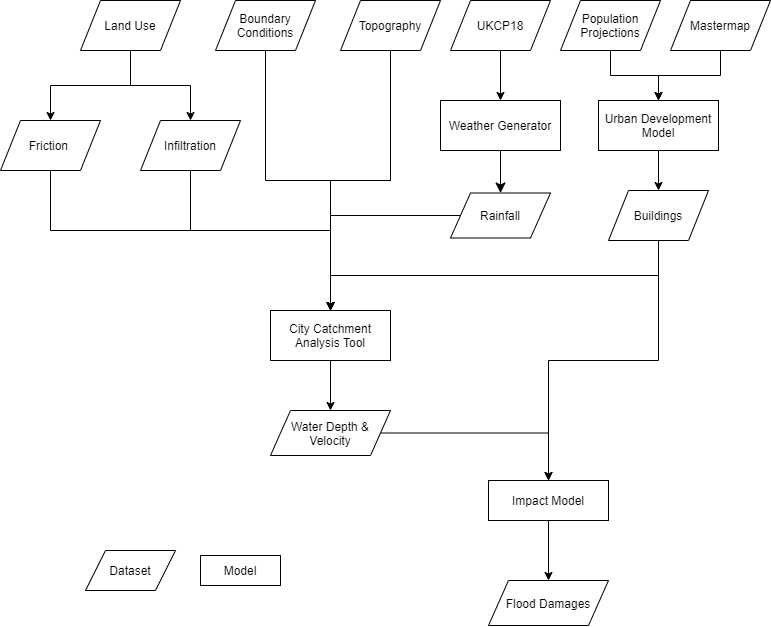
This is flood/openclim-flood-workflow.png from OpenCLIM/workflow-diagrams, a draw.io export, as it was before one commit. Source tidied: cells renumbered, new cells last; positions are measured from the earlier drawing's top-left corner, leaving out a move shared by most shapes.
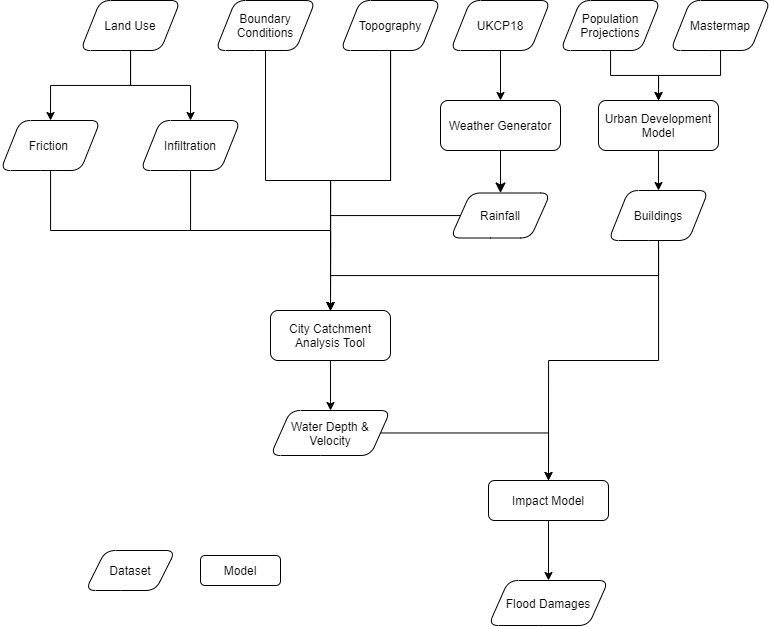
After the change.

Diff of the diagram source:
```diff
@@ -5,13 +5,13 @@
     <mxCell id="2" style="rounded=0;html=1;jettySize=auto;fontSize=11;endArrow=classic;endFill=1;endSize=8;strokeWidth=1;shadow=0;labelBackgroundColor=none;edgeStyle=orthogonalEdgeStyle;entryX=0.5;entryY=0;entryDx=0;entryDy=0;" parent="1" edge="1" source="3" target="27">
       <mxGeometry relative="1" as="geometry" />
     </mxCell>
-    <mxCell id="3" value="Weather Generator" style="rounded=0;whiteSpace=wrap;html=1;fontSize=12;glass=0;strokeWidth=1;shadow=0;" parent="1" vertex="1">
+    <mxCell id="3" value="Weather Generator" style="rounded=1;whiteSpace=wrap;html=1;fontSize=12;glass=0;strokeWidth=1;shadow=0;" parent="1" vertex="1">
       <mxGeometry x="440" y="100" width="120" height="50" as="geometry" />
     </mxCell>
     <mxCell id="4" style="edgeStyle=orthogonalEdgeStyle;rounded=0;jettySize=auto;html=1;" parent="1" edge="1" source="5" target="3">
       <mxGeometry relative="1" as="geometry" />
     </mxCell>
-    <mxCell id="5" value="UKCP18" style="shape=parallelogram;perimeter=parallelogramPerimeter;whiteSpace=wrap;html=1;fixedSize=1;rounded=0;" parent="1" vertex="1">
+    <mxCell id="5" value="UKCP18" style="shape=parallelogram;perimeter=parallelogramPerimeter;whiteSpace=wrap;html=1;fixedSize=1;rounded=1;" parent="1" vertex="1">
       <mxGeometry x="450" width="100" height="50" as="geometry" />
     </mxCell>
     <mxCell id="6" style="edgeStyle=orthogonalEdgeStyle;rounded=0;jettySize=auto;html=1;entryX=0.5;entryY=0;entryDx=0;entryDy=0;exitX=0.5;exitY=1;exitDx=0;exitDy=0;" parent="1" edge="1" source="15" target="25">
@@ -20,13 +20,13 @@
     <mxCell id="7" style="edgeStyle=orthogonalEdgeStyle;rounded=0;jettySize=auto;html=1;entryX=0.5;entryY=0;entryDx=0;entryDy=0;" parent="1" edge="1" source="8" target="10">
       <mxGeometry relative="1" as="geometry" />
     </mxCell>
-    <mxCell id="8" value="Population Projections" style="shape=parallelogram;perimeter=parallelogramPerimeter;whiteSpace=wrap;html=1;fixedSize=1;rounded=0;" parent="1" vertex="1">
+    <mxCell id="8" value="Population Projections" style="shape=parallelogram;perimeter=parallelogramPerimeter;whiteSpace=wrap;html=1;fixedSize=1;rounded=1;" parent="1" vertex="1">
       <mxGeometry x="560" width="100" height="50" as="geometry" />
     </mxCell>
     <mxCell id="9" style="edgeStyle=orthogonalEdgeStyle;rounded=0;jettySize=auto;html=1;exitX=0.5;exitY=1;exitDx=0;exitDy=0;entryX=0.5;entryY=0;entryDx=0;entryDy=0;" parent="1" edge="1" source="10" target="15">
       <mxGeometry relative="1" as="geometry" />
     </mxCell>
-    <mxCell id="10" value="Urban Development Model" style="rounded=0;whiteSpace=wrap;html=1;fontSize=12;glass=0;strokeWidth=1;shadow=0;" parent="1" vertex="1">
+    <mxCell id="10" value="Urban Development Model" style="rounded=1;whiteSpace=wrap;html=1;fontSize=12;glass=0;strokeWidth=1;shadow=0;" parent="1" vertex="1">
       <mxGeometry x="598" y="100" width="120" height="50" as="geometry" />
     </mxCell>
     <mxCell id="11" style="edgeStyle=orthogonalEdgeStyle;rounded=0;jettySize=auto;html=1;entryX=0.5;entryY=0;entryDx=0;entryDy=0;" parent="1" edge="1" source="32" target="25">
@@ -35,19 +35,19 @@
     <mxCell id="12" style="edgeStyle=orthogonalEdgeStyle;rounded=0;jettySize=auto;html=1;entryX=0.5;entryY=0;entryDx=0;entryDy=0;" parent="1" edge="1" source="13" target="25">
       <mxGeometry relative="1" as="geometry" />
     </mxCell>
-    <mxCell id="13" value="Boundary Conditions" style="shape=parallelogram;perimeter=parallelogramPerimeter;whiteSpace=wrap;html=1;fixedSize=1;rounded=0;" parent="1" vertex="1">
+    <mxCell id="13" value="Boundary Conditions" style="shape=parallelogram;perimeter=parallelogramPerimeter;whiteSpace=wrap;html=1;fixedSize=1;rounded=1;" parent="1" vertex="1">
       <mxGeometry x="215" width="100" height="50" as="geometry" />
     </mxCell>
     <mxCell id="14" style="edgeStyle=orthogonalEdgeStyle;rounded=0;jettySize=auto;html=1;entryX=0.5;entryY=0;entryDx=0;entryDy=0;" parent="1" edge="1" source="15" target="36">
       <mxGeometry relative="1" as="geometry" />
     </mxCell>
-    <mxCell id="15" value="Buildings" style="shape=parallelogram;perimeter=parallelogramPerimeter;whiteSpace=wrap;html=1;fixedSize=1;rounded=0;" parent="1" vertex="1">
+    <mxCell id="15" value="Buildings" style="shape=parallelogram;perimeter=parallelogramPerimeter;whiteSpace=wrap;html=1;fixedSize=1;rounded=1;" parent="1" vertex="1">
       <mxGeometry x="608" y="190" width="100" height="50" as="geometry" />
     </mxCell>
     <mxCell id="16" style="edgeStyle=orthogonalEdgeStyle;rounded=0;jettySize=auto;html=1;entryX=0.5;entryY=0;entryDx=0;entryDy=0;" parent="1" edge="1" source="17" target="10">
       <mxGeometry relative="1" as="geometry" />
     </mxCell>
-    <mxCell id="17" value="Mastermap" style="shape=parallelogram;perimeter=parallelogramPerimeter;whiteSpace=wrap;html=1;fixedSize=1;rounded=0;" parent="1" vertex="1">
+    <mxCell id="17" value="Mastermap" style="shape=parallelogram;perimeter=parallelogramPerimeter;whiteSpace=wrap;html=1;fixedSize=1;rounded=1;" parent="1" vertex="1">
       <mxGeometry x="670" width="100" height="50" as="geometry" />
     </mxCell>
     <mxCell id="18" style="edgeStyle=orthogonalEdgeStyle;rounded=0;jettySize=auto;html=1;entryX=0.5;entryY=0;entryDx=0;entryDy=0;" parent="1" edge="1" source="32" target="25">
@@ -61,7 +61,7 @@
         </Array>
       </mxGeometry>
     </mxCell>
-    <mxCell id="20" value="Friction&amp;nbsp;" style="shape=parallelogram;perimeter=parallelogramPerimeter;whiteSpace=wrap;html=1;fixedSize=1;rounded=0;" parent="1" vertex="1">
+    <mxCell id="20" value="Friction&amp;nbsp;" style="shape=parallelogram;perimeter=parallelogramPerimeter;whiteSpace=wrap;html=1;fixedSize=1;rounded=1;" parent="1" vertex="1">
       <mxGeometry y="120" width="100" height="50" as="geometry" />
     </mxCell>
     <mxCell id="21" style="edgeStyle=orthogonalEdgeStyle;rounded=0;jettySize=auto;html=1;entryX=0.5;entryY=0;entryDx=0;entryDy=0;" parent="1" edge="1" source="23" target="31">
@@ -70,25 +70,25 @@
     <mxCell id="22" style="edgeStyle=orthogonalEdgeStyle;rounded=0;jettySize=auto;html=1;entryX=0.5;entryY=0;entryDx=0;entryDy=0;" parent="1" edge="1" source="23" target="20">
       <mxGeometry relative="1" as="geometry" />
     </mxCell>
-    <mxCell id="23" value="Land Use" style="shape=parallelogram;perimeter=parallelogramPerimeter;whiteSpace=wrap;html=1;fixedSize=1;rounded=0;" parent="1" vertex="1">
+    <mxCell id="23" value="Land Use" style="shape=parallelogram;perimeter=parallelogramPerimeter;whiteSpace=wrap;html=1;fixedSize=1;rounded=1;" parent="1" vertex="1">
       <mxGeometry x="80" width="100" height="50" as="geometry" />
     </mxCell>
     <mxCell id="24" style="edgeStyle=orthogonalEdgeStyle;rounded=0;jettySize=auto;html=1;entryX=0.5;entryY=0;entryDx=0;entryDy=0;" parent="1" edge="1" source="25" target="34">
       <mxGeometry relative="1" as="geometry" />
     </mxCell>
-    <mxCell id="25" value="City Catchment Analysis Tool" style="rounded=0;whiteSpace=wrap;html=1;fontSize=12;glass=0;strokeWidth=1;shadow=0;" parent="1" vertex="1">
+    <mxCell id="25" value="City Catchment Analysis Tool" style="rounded=1;whiteSpace=wrap;html=1;fontSize=12;glass=0;strokeWidth=1;shadow=0;" parent="1" vertex="1">
       <mxGeometry x="270" y="310" width="120" height="50" as="geometry" />
     </mxCell>
     <mxCell id="26" style="edgeStyle=orthogonalEdgeStyle;rounded=0;jettySize=auto;html=1;entryX=0.5;entryY=0;entryDx=0;entryDy=0;" parent="1" edge="1" source="27" target="25">
       <mxGeometry relative="1" as="geometry" />
     </mxCell>
-    <mxCell id="27" value="Rainfall" style="shape=parallelogram;perimeter=parallelogramPerimeter;whiteSpace=wrap;html=1;fixedSize=1;rounded=0;" parent="1" vertex="1">
+    <mxCell id="27" value="Rainfall" style="shape=parallelogram;perimeter=parallelogramPerimeter;whiteSpace=wrap;html=1;fixedSize=1;rounded=1;" parent="1" vertex="1">
       <mxGeometry x="450" y="192.5" width="100" height="45" as="geometry" />
     </mxCell>
-    <mxCell id="28" value="Dataset" style="shape=parallelogram;perimeter=parallelogramPerimeter;whiteSpace=wrap;html=1;fixedSize=1;rounded=0;" parent="1" vertex="1">
+    <mxCell id="28" value="Dataset" style="shape=parallelogram;perimeter=parallelogramPerimeter;whiteSpace=wrap;html=1;fixedSize=1;rounded=1;" parent="1" vertex="1">
       <mxGeometry x="85" y="550" width="90" height="40" as="geometry" />
     </mxCell>
-    <mxCell id="29" value="Model" style="rounded=0;whiteSpace=wrap;html=1;fontSize=12;glass=0;strokeWidth=1;shadow=0;" parent="1" vertex="1">
+    <mxCell id="29" value="Model" style="rounded=1;whiteSpace=wrap;html=1;fontSize=12;glass=0;strokeWidth=1;shadow=0;" parent="1" vertex="1">
       <mxGeometry x="200" y="555" width="80" height="30" as="geometry" />
     </mxCell>
     <mxCell id="30" style="edgeStyle=orthogonalEdgeStyle;rounded=0;jettySize=auto;html=1;entryX=0.5;entryY=0;entryDx=0;entryDy=0;" parent="1" edge="1" source="31" target="25">
@@ -99,25 +99,25 @@
         </Array>
       </mxGeometry>
     </mxCell>
-    <mxCell id="31" value="Infiltration" style="shape=parallelogram;perimeter=parallelogramPerimeter;whiteSpace=wrap;html=1;fixedSize=1;rounded=0;" parent="1" vertex="1">
+    <mxCell id="31" value="Infiltration" style="shape=parallelogram;perimeter=parallelogramPerimeter;whiteSpace=wrap;html=1;fixedSize=1;rounded=1;" parent="1" vertex="1">
       <mxGeometry x="140" y="120" width="100" height="50" as="geometry" />
     </mxCell>
-    <mxCell id="32" value="Topography" style="shape=parallelogram;perimeter=parallelogramPerimeter;whiteSpace=wrap;html=1;fixedSize=1;rounded=0;" parent="1" vertex="1">
+    <mxCell id="32" value="Topography" style="shape=parallelogram;perimeter=parallelogramPerimeter;whiteSpace=wrap;html=1;fixedSize=1;rounded=1;" parent="1" vertex="1">
       <mxGeometry x="340" width="100" height="50" as="geometry" />
     </mxCell>
     <mxCell id="33" style="edgeStyle=orthogonalEdgeStyle;rounded=0;jettySize=auto;html=1;entryX=0.5;entryY=0;entryDx=0;entryDy=0;" parent="1" edge="1" source="34" target="36">
       <mxGeometry relative="1" as="geometry" />
     </mxCell>
-    <mxCell id="34" value="Water Depth &amp;amp; Velocity" style="shape=parallelogram;perimeter=parallelogramPerimeter;whiteSpace=wrap;html=1;fixedSize=1;rounded=0;" parent="1" vertex="1">
+    <mxCell id="34" value="Water Depth &amp;amp; Velocity" style="shape=parallelogram;perimeter=parallelogramPerimeter;whiteSpace=wrap;html=1;fixedSize=1;rounded=1;" parent="1" vertex="1">
       <mxGeometry x="270" y="410" width="120" height="45" as="geometry" />
     </mxCell>
     <mxCell id="35" style="edgeStyle=orthogonalEdgeStyle;rounded=0;jettySize=auto;html=1;entryX=0.5;entryY=0;entryDx=0;entryDy=0;" parent="1" edge="1" source="36" target="37">
       <mxGeometry relative="1" as="geometry" />
     </mxCell>
-    <mxCell id="36" value="Impact Model" style="rounded=0;whiteSpace=wrap;html=1;" parent="1" vertex="1">
+    <mxCell id="36" value="Impact Model" style="rounded=1;whiteSpace=wrap;html=1;" parent="1" vertex="1">
       <mxGeometry x="488" y="480" width="120" height="40" as="geometry" />
     </mxCell>
-    <mxCell id="37" value="Flood Damages" style="shape=parallelogram;perimeter=parallelogramPerimeter;whiteSpace=wrap;html=1;fixedSize=1;rounded=0;" parent="1" vertex="1">
+    <mxCell id="37" value="Flood Damages" style="shape=parallelogram;perimeter=parallelogramPerimeter;whiteSpace=wrap;html=1;fixedSize=1;rounded=1;" parent="1" vertex="1">
       <mxGeometry x="488" y="580" width="120" height="45" as="geometry" />
     </mxCell>
   </root>
```
